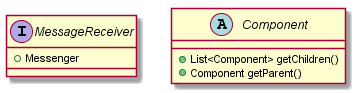
Above: uml/uml.png in the-zucc/coureurs-de-bois-2 (PlantUML), before the change.
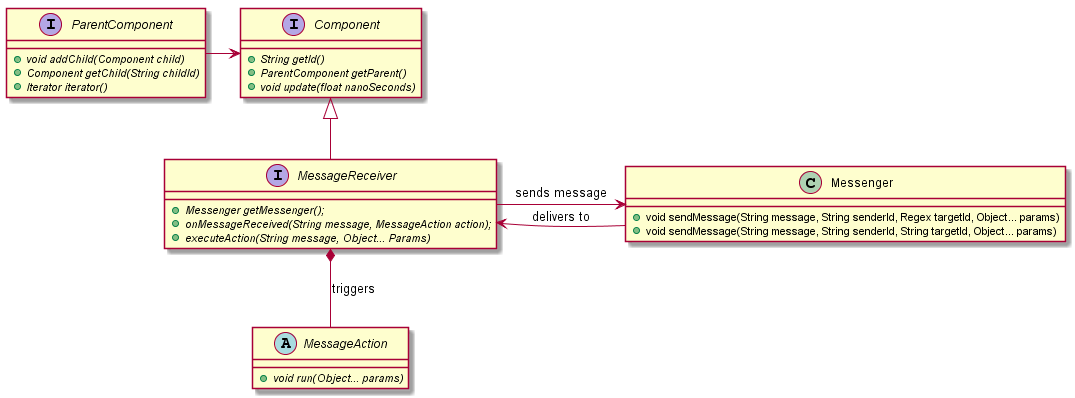
After the commit.

Diff of the diagram source:
```diff
@@ -1,9 +1,28 @@
 @startuml
-interface MessageReceiver {
-    +Messenger
+interface Component {
+    +{abstract}String getId()
+    +{abstract}ParentComponent getParent()
+    +{abstract}void update(float nanoSeconds)
 }
-abstract class Component {
-    +List<Component> getChildren()
-    +Component getParent()
+interface ParentComponent {
+    +{abstract}void addChild(Component child)
+    +{abstract}Component getChild(String childId)
+    +{abstract}Iterator iterator()
 }
+ParentComponent -> Component
+class Messenger {
+    +void sendMessage(String message, String senderId, Regex targetId, Object... params)
+    +void sendMessage(String message, String senderId, String targetId, Object... params)
+}
+interface MessageReceiver extends Component {
+    +{abstract}Messenger getMessenger();
+    +{abstract}onMessageReceived(String message, MessageAction action);
+    +{abstract}executeAction(String message, Object... Params)
+}
+abstract class MessageAction{
+    +{abstract}void run(Object... params)
+}
+MessageReceiver -> Messenger : sends message
+Messenger -> MessageReceiver : delivers to
+MessageReceiver *-- MessageAction : triggers
 @enduml
```
